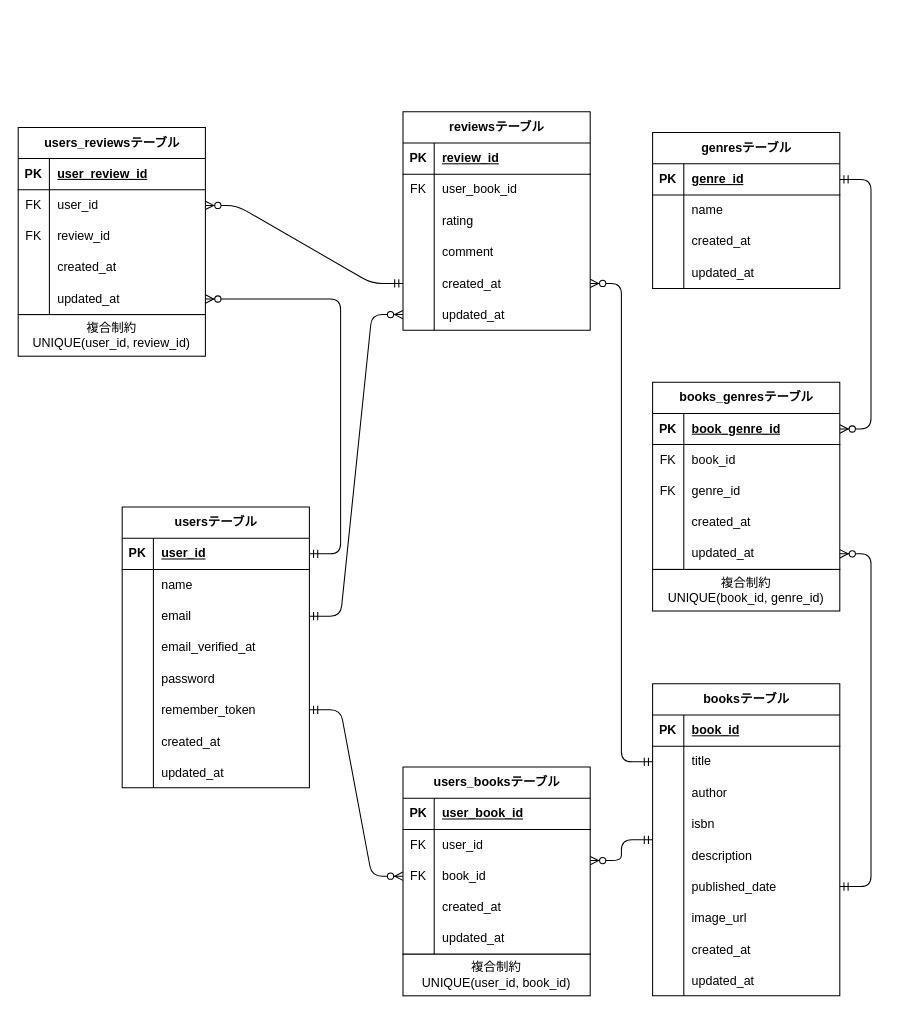
This is ER図.dio from naoaki-png/Bookshelf, a draw.io file, before an edit. Source tidied: cells renumbered, new cells numbered last; positions are measured from the earlier drawing's top-left corner, leaving out a move shared by most shapes. Both pictures are drawn from the tidied source at 104%, with x=0, y=0 at pixel (18, 111).
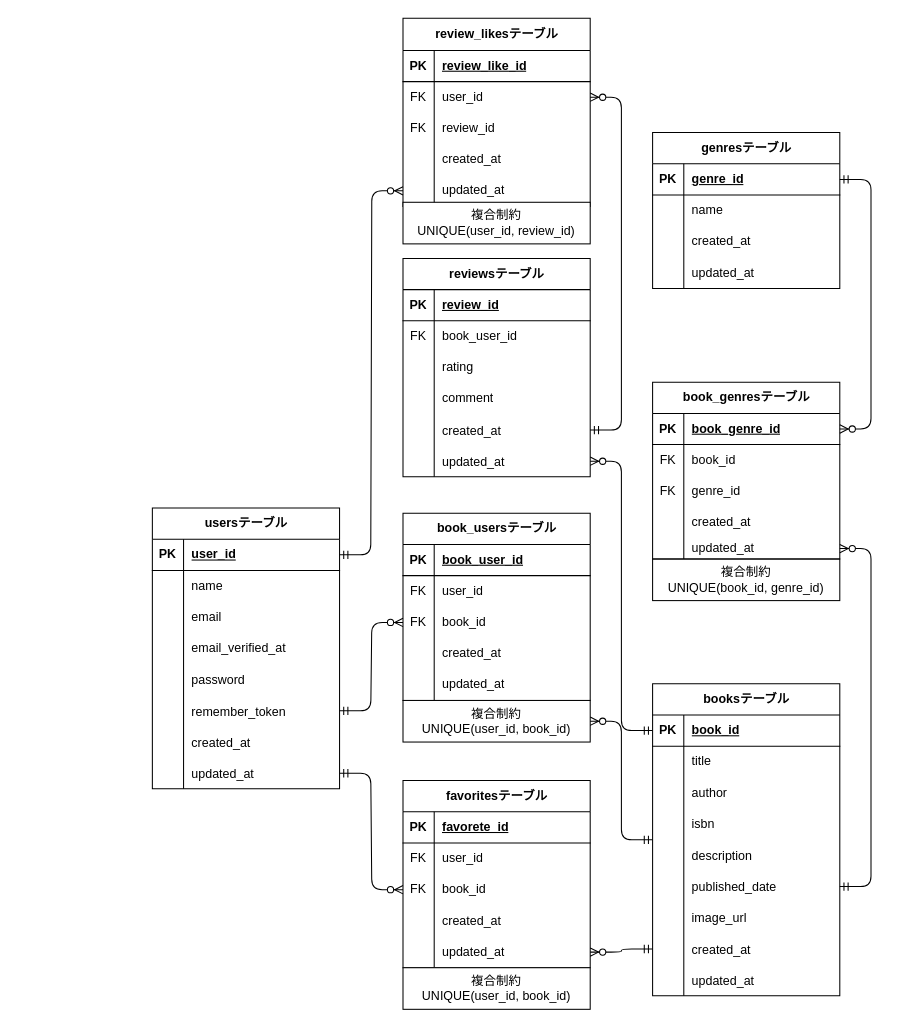
The same diagram, later.

Unchanged cells that the change refers to:
```xml
<mxCell id="9" style="shape=tableRow;horizontal=0;startSize=0;swimlaneHead=0;swimlaneBody=0;fillColor=none;points=[[0,0.5],[1,0.5]];portConstraint=eastwest;top=0;left=0;right=0;bottom=0;" parent="2" vertex="1">
  <mxGeometry y="90" width="180" height="30" as="geometry" />
</mxCell>
<mxCell id="24" style="shape=tableRow;horizontal=0;startSize=0;swimlaneHead=0;swimlaneBody=0;fillColor=none;points=[[0,0.5],[1,0.5]];portConstraint=eastwest;top=0;left=0;right=0;bottom=0;" parent="2" vertex="1">
  <mxGeometry y="240" width="180" height="30" as="geometry" />
</mxCell>
<mxCell id="61" style="shape=tableRow;horizontal=0;startSize=0;swimlaneHead=0;swimlaneBody=0;fillColor=none;top=0;left=0;right=0;bottom=0;" parent="57" vertex="1">
  <mxGeometry y="60" width="180" height="30" as="geometry" />
</mxCell>
<mxCell id="70" style="shape=tableRow;horizontal=0;startSize=0;swimlaneHead=0;swimlaneBody=0;fillColor=none;points=[[0,0.5],[1,0.5]];portConstraint=eastwest;top=0;left=0;right=0;bottom=0;" parent="57" vertex="1">
  <mxGeometry y="150" width="180" height="30" as="geometry" />
</mxCell>
<mxCell id="73" style="shape=tableRow;horizontal=0;startSize=0;swimlaneHead=0;swimlaneBody=0;fillColor=none;points=[[0,0.5],[1,0.5]];portConstraint=eastwest;top=0;left=0;right=0;bottom=0;" parent="57" vertex="1">
  <mxGeometry y="180" width="180" height="30" as="geometry" />
</mxCell>
<mxCell id="94" style="shape=tableRow;horizontal=0;startSize=0;swimlaneHead=0;swimlaneBody=0;fillColor=none;top=0;left=0;right=0;bottom=1;" parent="93" vertex="1">
  <mxGeometry y="30" width="180" height="30" as="geometry" />
</mxCell>
<mxCell id="114" value="booksテーブル" style="shape=table;startSize=30;childLayout=tableLayout;rowLines=0;fontStyle=1;align=center;html=1;" parent="1" vertex="1">
  <mxGeometry x="610" y="550" width="180" height="300" as="geometry" />
</mxCell>
<mxCell id="115" style="shape=tableRow;horizontal=0;startSize=0;swimlaneHead=0;swimlaneBody=0;fillColor=none;points=[[0,0.5],[1,0.5]];portConstraint=eastwest;top=0;left=0;right=0;bottom=1;" parent="114" vertex="1">
  <mxGeometry y="30" width="180" height="30" as="geometry" />
</mxCell>
<mxCell id="118" style="shape=tableRow;horizontal=0;startSize=0;swimlaneHead=0;swimlaneBody=0;fillColor=none;points=[[0,0.5],[1,0.5]];portConstraint=eastwest;top=0;left=0;right=0;bottom=0;" parent="114" vertex="1">
  <mxGeometry y="60" width="180" height="30" as="geometry" />
</mxCell>
<mxCell id="136" style="shape=tableRow;horizontal=0;startSize=0;swimlaneHead=0;swimlaneBody=0;fillColor=none;points=[[0,0.5],[1,0.5]];portConstraint=eastwest;top=0;left=0;right=0;bottom=0;" parent="114" vertex="1">
  <mxGeometry y="240" width="180" height="30" as="geometry" />
</mxCell>
```

What changed in the source:
```diff
@@
     <mxCell id="2" value="usersテーブル" style="shape=table;startSize=30;childLayout=tableLayout;rowLines=0;fontStyle=1;align=center;html=1;" parent="1" vertex="1">
-      <mxGeometry x="100" y="380" width="180" height="270" as="geometry" />
+      <mxGeometry x="129" y="381" width="180" height="270" as="geometry" />
     </mxCell>
@@
-    <mxCell id="40" value="users_reviewsテーブル" style="shape=table;startSize=30;childLayout=tableLayout;rowLines=0;fontStyle=1;align=center;html=1;" parent="1" vertex="1">
-      <mxGeometry y="15" width="180" height="180" as="geometry" />
+    <mxCell id="40" value="review_likesテーブル" style="shape=table;startSize=31;childLayout=tableLayout;rowLines=0;fontStyle=1;align=center;html=1;" parent="1" vertex="1">
+      <mxGeometry x="370" y="-90" width="180" height="181" as="geometry" />
     </mxCell>
     <mxCell id="41" style="shape=tableRow;horizontal=0;startSize=0;swimlaneHead=0;swimlaneBody=0;fillColor=none;top=0;left=0;right=0;bottom=1;" parent="40" vertex="1">
-      <mxGeometry y="30" width="180" height="30" as="geometry" />
+      <mxGeometry y="31" width="180" height="30" as="geometry" />
     </mxCell>
@@
-    <mxCell id="43" value="user_review_id" style="shape=partialRectangle;fillColor=none;top=0;left=0;bottom=0;right=0;align=left;spacingLeft=6;fontStyle=5;overflow=hidden;whiteSpace=wrap;html=1;" parent="41" vertex="1">
+    <mxCell id="43" value="&lt;span style=&quot;color: rgb(0, 0, 0);&quot;&gt;review_like&lt;/span&gt;_id" style="shape=partialRectangle;fillColor=none;top=0;left=0;bottom=0;right=0;align=left;spacingLeft=6;fontStyle=5;overflow=hidden;whiteSpace=wrap;html=1;" parent="41" vertex="1">
       <mxGeometry x="30" width="150" height="30" as="geometry" />
     </mxCell>
     <mxCell id="44" style="shape=tableRow;horizontal=0;startSize=0;swimlaneHead=0;swimlaneBody=0;fillColor=none;points=[[0,0.5],[1,0.5]];portConstraint=eastwest;top=0;left=0;right=0;bottom=0;" parent="40" vertex="1">
-      <mxGeometry y="60" width="180" height="30" as="geometry" />
+      <mxGeometry y="61" width="180" height="30" as="geometry" />
     </mxCell>
@@
     <mxCell id="47" style="shape=tableRow;horizontal=0;startSize=0;swimlaneHead=0;swimlaneBody=0;fillColor=none;top=0;left=0;right=0;bottom=0;" parent="40" vertex="1">
-      <mxGeometry y="90" width="180" height="30" as="geometry" />
+      <mxGeometry y="91" width="180" height="30" as="geometry" />
     </mxCell>
@@
     <mxCell id="50" style="shape=tableRow;horizontal=0;startSize=0;swimlaneHead=0;swimlaneBody=0;fillColor=none;top=0;left=0;right=0;bottom=0;" parent="40" vertex="1">
-      <mxGeometry y="120" width="180" height="30" as="geometry" />
+      <mxGeometry y="121" width="180" height="30" as="geometry" />
     </mxCell>
@@
     <mxCell id="53" style="shape=tableRow;horizontal=0;startSize=0;swimlaneHead=0;swimlaneBody=0;fillColor=none;points=[[0,0.5],[1,0.5]];portConstraint=eastwest;top=0;left=0;right=0;bottom=0;" parent="40" vertex="1">
-      <mxGeometry y="150" width="180" height="30" as="geometry" />
+      <mxGeometry y="151" width="180" height="30" as="geometry" />
     </mxCell>
@@
     <mxCell id="56" value="複合制約&lt;div&gt;UNIQUE(book_id, genre_id)&lt;/div&gt;" style="whiteSpace=wrap;html=1;align=center;direction=west;" parent="1" vertex="1">
-      <mxGeometry x="610" y="440" width="180" height="40" as="geometry" />
+      <mxGeometry x="610" y="430" width="180" height="40" as="geometry" />
     </mxCell>
     <mxCell id="57" value="reviewsテーブル" style="shape=table;startSize=30;childLayout=tableLayout;rowLines=0;fontStyle=1;align=center;html=1;" parent="1" vertex="1">
-      <mxGeometry x="370" width="180" height="210" as="geometry" />
+      <mxGeometry x="370" y="141" width="180" height="210" as="geometry" />
     </mxCell>
@@
-    <mxCell id="63" value="user_book_id" style="shape=partialRectangle;fillColor=none;top=0;left=0;bottom=0;right=0;align=left;spacingLeft=6;fontStyle=0;overflow=hidden;whiteSpace=wrap;html=1;" parent="61" vertex="1">
+    <mxCell id="63" value="&lt;span style=&quot;color: rgb(0, 0, 0);&quot;&gt;book_&lt;/span&gt;user_id" style="shape=partialRectangle;fillColor=none;top=0;left=0;bottom=0;right=0;align=left;spacingLeft=6;fontStyle=0;overflow=hidden;whiteSpace=wrap;html=1;" parent="61" vertex="1">
       <mxGeometry x="30" width="150" height="30" as="geometry" />
     </mxCell>
@@
-    <mxCell id="76" value="books_genresテーブル" style="shape=table;startSize=30;childLayout=tableLayout;rowLines=0;fontStyle=1;align=center;html=1;" parent="1" vertex="1">
-      <mxGeometry x="610" y="260" width="180" height="180" as="geometry" />
+    <mxCell id="76" value="book_genresテーブル" style="shape=table;startSize=30;childLayout=tableLayout;rowLines=0;fontStyle=1;align=center;html=1;" parent="1" vertex="1">
+      <mxGeometry x="610" y="260" width="180" height="170" as="geometry" />
     </mxCell>
@@
     <mxCell id="89" style="shape=tableRow;horizontal=0;startSize=0;swimlaneHead=0;swimlaneBody=0;fillColor=none;points=[[0,0.5],[1,0.5]];portConstraint=eastwest;top=0;left=0;right=0;bottom=0;" parent="76" vertex="1">
-      <mxGeometry y="150" width="180" height="30" as="geometry" />
+      <mxGeometry y="150" width="180" height="20" as="geometry" />
     </mxCell>
     <mxCell id="90" style="shape=partialRectangle;fillColor=none;top=0;left=0;bottom=0;right=0;overflow=hidden;whiteSpace=wrap;html=1;" parent="89" vertex="1">
-      <mxGeometry width="30" height="30" as="geometry" />
+      <mxGeometry width="30" height="20" as="geometry" />
     </mxCell>
     <mxCell id="91" value="&lt;span style=&quot;color: rgb(0, 0, 0); white-space: nowrap;&quot;&gt;updated_at&lt;/span&gt;" style="shape=partialRectangle;fillColor=none;top=0;left=0;bottom=0;right=0;align=left;spacingLeft=6;overflow=hidden;whiteSpace=wrap;html=1;" parent="89" vertex="1">
-      <mxGeometry x="30" width="150" height="30" as="geometry" />
+      <mxGeometry x="30" width="150" height="20" as="geometry" />
     </mxCell>
     <mxCell id="92" value="複合制約&lt;div&gt;UNIQUE(user_id, review_id)&lt;/div&gt;" style="whiteSpace=wrap;html=1;align=center;direction=west;" parent="1" vertex="1">
-      <mxGeometry y="195" width="180" height="40" as="geometry" />
+      <mxGeometry x="370" y="87" width="180" height="40" as="geometry" />
     </mxCell>
-    <mxCell id="93" value="users_booksテーブル" style="shape=table;startSize=30;childLayout=tableLayout;rowLines=0;fontStyle=1;align=center;html=1;" parent="1" vertex="1">
-      <mxGeometry x="370" y="630" width="180" height="180" as="geometry" />
+    <mxCell id="93" value="book_usersテーブル" style="shape=table;startSize=30;childLayout=tableLayout;rowLines=0;fontStyle=1;align=center;html=1;" parent="1" vertex="1">
+      <mxGeometry x="370" y="386" width="180" height="180" as="geometry" />
     </mxCell>
@@
-    <mxCell id="96" value="user_book_id" style="shape=partialRectangle;fillColor=none;top=0;left=0;bottom=0;right=0;align=left;spacingLeft=6;fontStyle=5;overflow=hidden;whiteSpace=wrap;html=1;" parent="94" vertex="1">
+    <mxCell id="96" value="&lt;span style=&quot;color: rgb(0, 0, 0);&quot;&gt;book_&lt;/span&gt;user_id" style="shape=partialRectangle;fillColor=none;top=0;left=0;bottom=0;right=0;align=left;spacingLeft=6;fontStyle=5;overflow=hidden;whiteSpace=wrap;html=1;" parent="94" vertex="1">
       <mxGeometry x="30" width="150" height="30" as="geometry" />
     </mxCell>
@@
     <mxCell id="109" value="複合制約&lt;div&gt;UNIQUE(user_id, book_id)&lt;/div&gt;" style="whiteSpace=wrap;html=1;align=center;direction=west;" parent="1" vertex="1">
-      <mxGeometry x="370" y="810" width="180" height="40" as="geometry" />
+      <mxGeometry x="370" y="566" width="180" height="40" as="geometry" />
     </mxCell>
@@
-    <mxCell id="112" style="edgeStyle=entityRelationEdgeStyle;fontSize=12;html=1;endArrow=ERzeroToMany;startArrow=ERmandOne;" parent="1" edge="1" source="114" target="93">
+    <mxCell id="112" style="edgeStyle=entityRelationEdgeStyle;fontSize=12;html=1;endArrow=ERzeroToMany;startArrow=ERmandOne;" parent="1" edge="1" source="114" target="109">
       <mxGeometry relative="1" as="geometry">
         <Array as="points">
           <mxPoint x="750" y="375" />
           <mxPoint x="470" y="295" />
         </Array>
       </mxGeometry>
     </mxCell>
@@
-    <mxCell id="144" style="edgeStyle=entityRelationEdgeStyle;fontSize=12;html=1;endArrow=ERzeroToMany;startArrow=ERmandOne;" parent="1" edge="1" source="9" target="73">
-      <mxGeometry relative="1" as="geometry" />
-    </mxCell>
-    <mxCell id="145" style="edgeStyle=entityRelationEdgeStyle;fontSize=12;html=1;endArrow=ERzeroToMany;startArrow=ERmandOne;" parent="1" edge="1" source="118" target="70">
+    <mxCell id="145" style="edgeStyle=entityRelationEdgeStyle;fontSize=12;html=1;endArrow=ERzeroToMany;startArrow=ERmandOne;" parent="1" edge="1" source="115" target="73">
       <mxGeometry relative="1" as="geometry" />
     </mxCell>
+    <mxCell id="146" value="favoritesテーブル" style="shape=table;startSize=30;childLayout=tableLayout;rowLines=0;fontStyle=1;align=center;html=1;" parent="1" vertex="1">
+      <mxGeometry x="370" y="643" width="180" height="180" as="geometry" />
+    </mxCell>
+    <mxCell id="147" style="shape=tableRow;horizontal=0;startSize=0;swimlaneHead=0;swimlaneBody=0;fillColor=none;top=0;left=0;right=0;bottom=1;" parent="146" vertex="1">
+      <mxGeometry y="30" width="180" height="30" as="geometry" />
+    </mxCell>
+    <mxCell id="148" value="PK" style="shape=partialRectangle;fillColor=none;top=0;left=0;bottom=0;right=0;fontStyle=1;overflow=hidden;whiteSpace=wrap;html=1;" parent="147" vertex="1">
+      <mxGeometry width="30" height="30" as="geometry" />
+    </mxCell>
+    <mxCell id="149" value="favorete_id" style="shape=partialRectangle;fillColor=none;top=0;left=0;bottom=0;right=0;align=left;spacingLeft=6;fontStyle=5;overflow=hidden;whiteSpace=wrap;html=1;" parent="147" vertex="1">
+      <mxGeometry x="30" width="150" height="30" as="geometry" />
+    </mxCell>
+    <mxCell id="150" style="shape=tableRow;horizontal=0;startSize=0;swimlaneHead=0;swimlaneBody=0;fillColor=none;top=0;left=0;right=0;bottom=0;" parent="146" vertex="1">
+      <mxGeometry y="60" width="180" height="30" as="geometry" />
+    </mxCell>
+    <mxCell id="151" value="FK" style="shape=partialRectangle;fillColor=none;top=0;left=0;bottom=0;right=0;fontStyle=0;overflow=hidden;whiteSpace=wrap;html=1;" parent="150" vertex="1">
+      <mxGeometry width="30" height="30" as="geometry" />
+    </mxCell>
+    <mxCell id="152" value="user_id" style="shape=partialRectangle;fillColor=none;top=0;left=0;bottom=0;right=0;align=left;spacingLeft=6;fontStyle=0;overflow=hidden;whiteSpace=wrap;html=1;" parent="150" vertex="1">
+      <mxGeometry x="30" width="150" height="30" as="geometry" />
+    </mxCell>
+    <mxCell id="153" style="shape=tableRow;horizontal=0;startSize=0;swimlaneHead=0;swimlaneBody=0;fillColor=none;points=[[0,0.5],[1,0.5]];portConstraint=eastwest;top=0;left=0;right=0;bottom=0;" parent="146" vertex="1">
+      <mxGeometry y="90" width="180" height="30" as="geometry" />
+    </mxCell>
+    <mxCell id="154" value="FK" style="shape=partialRectangle;fillColor=none;top=0;left=0;bottom=0;right=0;fontStyle=0;overflow=hidden;whiteSpace=wrap;html=1;" parent="153" vertex="1">
+      <mxGeometry width="30" height="30" as="geometry" />
+    </mxCell>
+    <mxCell id="155" value="book_id" style="shape=partialRectangle;fillColor=none;top=0;left=0;bottom=0;right=0;align=left;spacingLeft=6;fontStyle=0;overflow=hidden;whiteSpace=wrap;html=1;" parent="153" vertex="1">
+      <mxGeometry x="30" width="150" height="30" as="geometry" />
+    </mxCell>
+    <mxCell id="156" style="shape=tableRow;horizontal=0;startSize=0;swimlaneHead=0;swimlaneBody=0;fillColor=none;top=0;left=0;right=0;bottom=0;" parent="146" vertex="1">
+      <mxGeometry y="120" width="180" height="30" as="geometry" />
+    </mxCell>
+    <mxCell id="157" style="shape=partialRectangle;fillColor=none;top=0;left=0;bottom=0;right=0;overflow=hidden;whiteSpace=wrap;html=1;" parent="156" vertex="1">
+      <mxGeometry width="30" height="30" as="geometry" />
+    </mxCell>
+    <mxCell id="158" value="&lt;span style=&quot;color: rgb(0, 0, 0); white-space: nowrap;&quot;&gt;created_at&lt;/span&gt;" style="shape=partialRectangle;fillColor=none;top=0;left=0;bottom=0;right=0;align=left;spacingLeft=6;overflow=hidden;whiteSpace=wrap;html=1;" parent="156" vertex="1">
+      <mxGeometry x="30" width="150" height="30" as="geometry" />
+    </mxCell>
+    <mxCell id="159" style="shape=tableRow;horizontal=0;startSize=0;swimlaneHead=0;swimlaneBody=0;fillColor=none;points=[[0,0.5],[1,0.5]];portConstraint=eastwest;top=0;left=0;right=0;bottom=0;" parent="146" vertex="1">
+      <mxGeometry y="150" width="180" height="30" as="geometry" />
+    </mxCell>
+    <mxCell id="160" style="shape=partialRectangle;fillColor=none;top=0;left=0;bottom=0;right=0;overflow=hidden;whiteSpace=wrap;html=1;" parent="159" vertex="1">
+      <mxGeometry width="30" height="30" as="geometry" />
+    </mxCell>
+    <mxCell id="161" value="&lt;span style=&quot;color: rgb(0, 0, 0); white-space: nowrap;&quot;&gt;updated_at&lt;/span&gt;" style="shape=partialRectangle;fillColor=none;top=0;left=0;bottom=0;right=0;align=left;spacingLeft=6;overflow=hidden;whiteSpace=wrap;html=1;" parent="159" vertex="1">
+      <mxGeometry x="30" width="150" height="30" as="geometry" />
+    </mxCell>
+    <mxCell id="162" value="複合制約&lt;div&gt;UNIQUE(user_id, book_id)&lt;/div&gt;" style="whiteSpace=wrap;html=1;align=center;direction=west;" parent="1" vertex="1">
+      <mxGeometry x="370" y="823" width="180" height="40" as="geometry" />
+    </mxCell>
+    <mxCell id="163" style="edgeStyle=entityRelationEdgeStyle;fontSize=12;html=1;endArrow=ERzeroToMany;startArrow=ERmandOne;" parent="1" edge="1" source="136" target="159">
+      <mxGeometry relative="1" as="geometry">
+        <Array as="points">
+          <mxPoint x="760" y="385" />
+          <mxPoint x="480" y="305" />
+        </Array>
+      </mxGeometry>
+    </mxCell>
+    <mxCell id="164" style="edgeStyle=entityRelationEdgeStyle;fontSize=12;html=1;endArrow=ERzeroToMany;startArrow=ERmandOne;" parent="1" edge="1" source="24" target="153">
+      <mxGeometry relative="1" as="geometry">
+        <Array as="points">
+          <mxPoint x="770" y="395" />
+          <mxPoint x="490" y="315" />
+        </Array>
+      </mxGeometry>
+    </mxCell>
```
